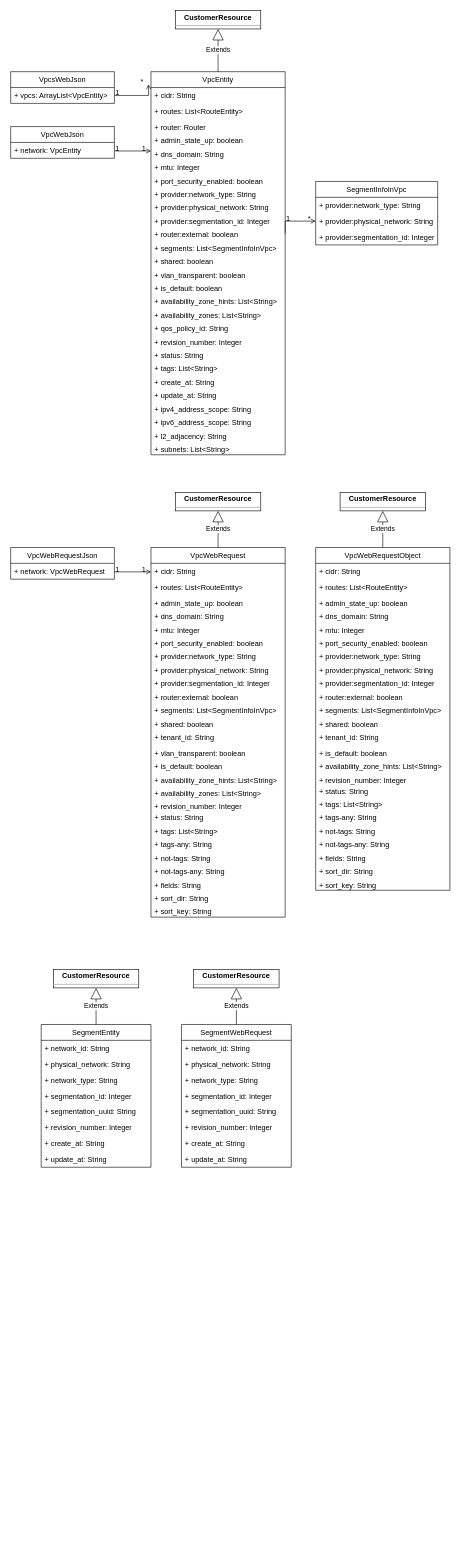
Above: vpc.drawio in cj-chung/diagrams (draw.io), before the change. Source tidied: cells renumbered, new cells numbered last; positions are measured from the earlier drawing's top-left corner, leaving out a move shared by most shapes. Both pictures are drawn from the tidied source at 61%, with x=0, y=0 at pixel (10, 10).
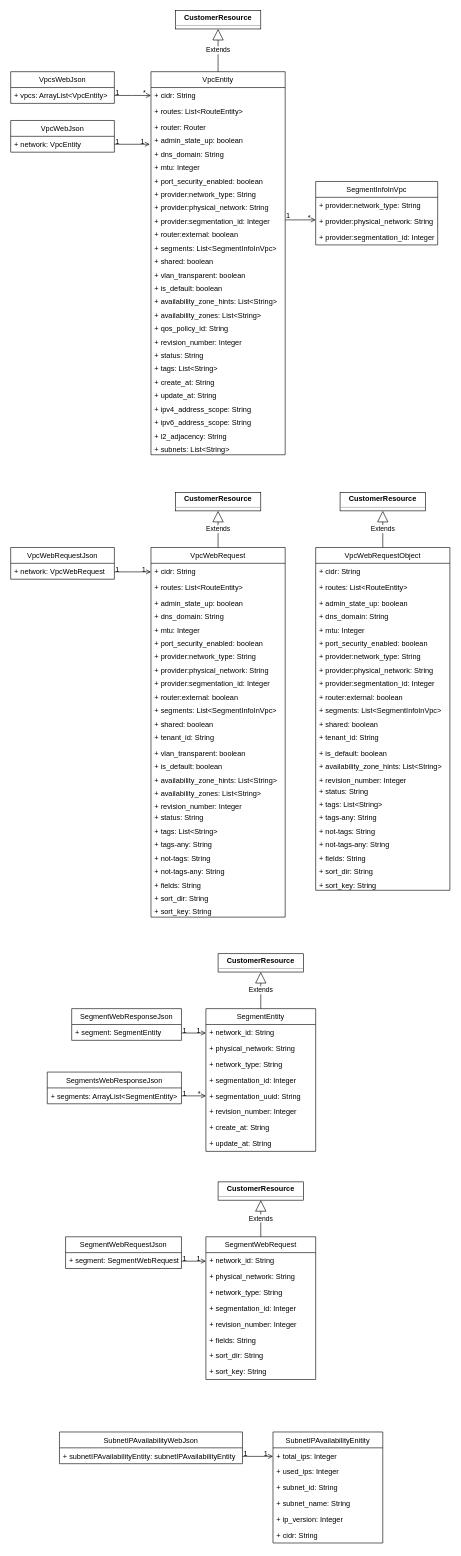
After the change.

The change refers to these unchanged cells:
```xml
<mxCell id="2" value="VpcEntity" style="swimlane;fontStyle=0;horizontal=1;startSize=26;fillColor=none;" parent="1" vertex="1">
  <mxGeometry x="230" y="100" width="220" height="628" as="geometry" />
</mxCell>
<mxCell id="6" value="+ admin_state_up: boolean&#10;" style="text;strokeColor=none;fillColor=none;align=left;verticalAlign=top;spacingLeft=4;spacingRight=4;overflow=hidden;points=[[0,0.5],[1,0.5]];portConstraint=eastwest;" parent="2" vertex="1">
  <mxGeometry y="100" width="220" height="22" as="geometry" />
</mxCell>
<mxCell id="12" value="+ provider:segmentation_id: Integer&#10;" style="text;strokeColor=none;fillColor=none;align=left;verticalAlign=top;spacingLeft=4;spacingRight=4;overflow=hidden;points=[[0,0.5],[1,0.5]];portConstraint=eastwest;" parent="2" vertex="1">
  <mxGeometry y="232" width="220" height="22" as="geometry" />
</mxCell>
<mxCell id="13" value="+ router:external: boolean" style="text;strokeColor=none;fillColor=none;align=left;verticalAlign=top;spacingLeft=4;spacingRight=4;overflow=hidden;points=[[0,0.5],[1,0.5]];portConstraint=eastwest;" parent="2" vertex="1">
  <mxGeometry y="254" width="220" height="22" as="geometry" />
</mxCell>
<mxCell id="32" value="+ provider:physical_network: String" style="text;strokeColor=none;fillColor=none;align=left;verticalAlign=top;spacingLeft=4;spacingRight=4;overflow=hidden;points=[[0,0.5],[1,0.5]];portConstraint=eastwest;" parent="30" vertex="1">
  <mxGeometry y="52" width="200" height="26" as="geometry" />
</mxCell>
<mxCell id="39" value="+ vpcs: ArrayList&lt;VpcEntity&gt;" style="text;strokeColor=none;fillColor=none;align=left;verticalAlign=top;spacingLeft=4;spacingRight=4;overflow=hidden;points=[[0,0.5],[1,0.5]];portConstraint=eastwest;" parent="38" vertex="1">
  <mxGeometry y="26" width="170" height="26" as="geometry" />
</mxCell>
<mxCell id="44" value="+ network: VpcEntity" style="text;strokeColor=none;fillColor=none;align=left;verticalAlign=top;spacingLeft=4;spacingRight=4;overflow=hidden;points=[[0,0.5],[1,0.5]];portConstraint=eastwest;" parent="43" vertex="1">
  <mxGeometry y="26" width="170" height="26" as="geometry" />
</mxCell>
<mxCell id="50" value="+ cidr: String" style="text;strokeColor=none;fillColor=none;align=left;verticalAlign=top;spacingLeft=4;spacingRight=4;overflow=hidden;points=[[0,0.5],[1,0.5]];portConstraint=eastwest;" parent="49" vertex="1">
  <mxGeometry y="26" width="220" height="26" as="geometry" />
</mxCell>
<mxCell id="79" value="+ network: VpcWebRequest" style="text;strokeColor=none;fillColor=none;align=left;verticalAlign=top;spacingLeft=4;spacingRight=4;overflow=hidden;points=[[0,0.5],[1,0.5]];portConstraint=eastwest;" parent="78" vertex="1">
  <mxGeometry y="26" width="170" height="26" as="geometry" />
</mxCell>
<mxCell id="111" value="+ network_id: String" style="text;strokeColor=none;fillColor=none;align=left;verticalAlign=top;spacingLeft=4;spacingRight=4;overflow=hidden;points=[[0,0.5],[1,0.5]];portConstraint=eastwest;" parent="110" vertex="1">
  <mxGeometry y="26" width="180" height="26" as="geometry" />
</mxCell>
<mxCell id="115" value="+ segmentation_uuid: String" style="text;strokeColor=none;fillColor=none;align=left;verticalAlign=top;spacingLeft=4;spacingRight=4;overflow=hidden;points=[[0,0.5],[1,0.5]];portConstraint=eastwest;" parent="110" vertex="1">
  <mxGeometry y="130" width="180" height="26" as="geometry" />
</mxCell>
<mxCell id="122" value="+ network_id: String" style="text;strokeColor=none;fillColor=none;align=left;verticalAlign=top;spacingLeft=4;spacingRight=4;overflow=hidden;points=[[0,0.5],[1,0.5]];portConstraint=eastwest;" parent="121" vertex="1">
  <mxGeometry y="26" width="180" height="26" as="geometry" />
</mxCell>
```

What changed in the source:
```diff
@@
-    <mxCell id="35" style="endArrow=open;shadow=0;strokeWidth=1;rounded=0;endFill=1;edgeStyle=elbowEdgeStyle;elbow=vertical;exitX=1;exitY=0.5;exitDx=0;exitDy=0;entryX=0;entryY=0.5;entryDx=0;entryDy=0;" parent="1" edge="1" source="13" target="32">
+    <mxCell id="35" style="endArrow=open;shadow=0;strokeWidth=1;rounded=0;endFill=1;edgeStyle=elbowEdgeStyle;elbow=vertical;" parent="1" edge="1" source="12" target="32">
       <mxGeometry x="0.5" y="41" relative="1" as="geometry">
         <Array as="points">
           <mxPoint x="500" y="345" />
           <mxPoint x="540" y="230" />
         </Array>
         <mxPoint x="-40" y="32" as="offset" />
       </mxGeometry>
     </mxCell>
     <mxCell id="36" value="1" style="align=left;verticalAlign=bottom;labelBackgroundColor=none;fontSize=12;" parent="35" vertex="1">
       <mxGeometry x="-1" relative="1" as="geometry">
-        <mxPoint y="-15" as="offset" />
+        <mxPoint y="1" as="offset" />
       </mxGeometry>
     </mxCell>
@@
-    <mxCell id="40" style="endArrow=open;shadow=0;strokeWidth=1;rounded=0;endFill=1;edgeStyle=elbowEdgeStyle;elbow=vertical;exitX=1;exitY=0.5;exitDx=0;exitDy=0;entryX=-0.018;entryY=0.033;entryDx=0;entryDy=0;entryPerimeter=0;" parent="1" edge="1" source="39" target="2">
+    <mxCell id="40" style="endArrow=open;shadow=0;strokeWidth=1;rounded=0;endFill=1;edgeStyle=elbowEdgeStyle;elbow=vertical;" parent="1" edge="1" source="39" target="2">
       <mxGeometry x="0.5" y="41" relative="1" as="geometry">
         <Array as="points">
           <mxPoint x="200" y="139" />
           <mxPoint x="190" y="160" />
           <mxPoint x="210" y="139" />
           <mxPoint x="200" y="119" />
           <mxPoint x="220" y="65" />
         </Array>
         <mxPoint x="-40" y="32" as="offset" />
       </mxGeometry>
     </mxCell>
@@
     <mxCell id="43" value="VpcWebJson" style="swimlane;fontStyle=0;horizontal=1;startSize=26;fillColor=none;" parent="1" vertex="1">
-      <mxGeometry y="190" width="170" height="52" as="geometry" />
+      <mxGeometry y="180" width="170" height="52" as="geometry" />
     </mxCell>
@@
-    <mxCell id="45" style="endArrow=open;shadow=0;strokeWidth=1;rounded=0;endFill=1;edgeStyle=elbowEdgeStyle;elbow=vertical;entryX=-0.018;entryY=0.033;entryDx=0;entryDy=0;entryPerimeter=0;" parent="1" edge="1" source="44">
+    <mxCell id="45" style="endArrow=open;shadow=0;strokeWidth=1;rounded=0;endFill=1;elbow=vertical;edgeStyle=orthogonalEdgeStyle;entryX=-0.009;entryY=0.864;entryDx=0;entryDy=0;entryPerimeter=0;" parent="1" edge="1" source="44" target="6">
       <mxGeometry x="0.5" y="41" relative="1" as="geometry">
-        <mxPoint x="230" y="230" as="targetPoint" />
-        <Array as="points">
-          <mxPoint x="200" y="230" />
-          <mxPoint x="220" y="176" />
-        </Array>
         <mxPoint x="-40" y="32" as="offset" />
       </mxGeometry>
     </mxCell>
@@
-    <mxCell id="80" style="endArrow=open;shadow=0;strokeWidth=1;rounded=0;endFill=1;edgeStyle=elbowEdgeStyle;elbow=vertical;entryX=-0.018;entryY=0.033;entryDx=0;entryDy=0;entryPerimeter=0;" parent="1" edge="1">
+    <mxCell id="80" style="endArrow=open;shadow=0;strokeWidth=1;rounded=0;endFill=1;edgeStyle=elbowEdgeStyle;elbow=vertical;" parent="1" edge="1" source="79" target="50">
       <mxGeometry x="0.5" y="41" relative="1" as="geometry">
-        <mxPoint x="170" y="920" as="sourcePoint" />
-        <mxPoint x="230" y="920" as="targetPoint" />
         <Array as="points">
           <mxPoint x="200" y="920" />
           <mxPoint x="220" y="866" />
         </Array>
         <mxPoint x="-40" y="32" as="offset" />
       </mxGeometry>
     </mxCell>
@@
     <mxCell id="110" value="SegmentEntity" style="swimlane;fontStyle=0;horizontal=1;startSize=26;fillColor=none;" parent="1" vertex="1">
-      <mxGeometry x="50" y="1662" width="180" height="234" as="geometry" />
+      <mxGeometry x="320" y="1636" width="180" height="234" as="geometry" />
     </mxCell>
@@
     <mxCell id="119" value="&lt;p style=&quot;margin: 0px ; margin-top: 4px ; text-align: center&quot;&gt;&lt;b&gt;CustomerResource&lt;/b&gt;&lt;/p&gt;&lt;hr size=&quot;1&quot;&gt;&lt;div style=&quot;height: 2px&quot;&gt;&lt;/div&gt;" style="verticalAlign=top;align=left;overflow=fill;fontSize=12;fontFamily=Helvetica;html=1;" parent="1" vertex="1">
-      <mxGeometry x="70" y="1572" width="140" height="30" as="geometry" />
+      <mxGeometry x="340" y="1546" width="140" height="30" as="geometry" />
     </mxCell>
     <mxCell id="120" value="Extends" style="endArrow=block;endSize=16;endFill=0;html=1;entryX=0.5;entryY=1;entryDx=0;entryDy=0;" parent="1" edge="1" target="119">
       <mxGeometry relative="1" as="geometry">
-        <mxPoint x="140" y="1662" as="sourcePoint" />
+        <mxPoint x="410" y="1636" as="sourcePoint" />
       </mxGeometry>
     </mxCell>
     <mxCell id="121" value="SegmentWebRequest" style="swimlane;fontStyle=0;horizontal=1;startSize=26;fillColor=none;" parent="1" vertex="1">
-      <mxGeometry x="280" y="1662" width="180" height="234" as="geometry" />
+      <mxGeometry x="320" y="2010" width="180" height="234" as="geometry" />
     </mxCell>
@@
-    <mxCell id="126" value="+ segmentation_uuid: String" style="text;strokeColor=none;fillColor=none;align=left;verticalAlign=top;spacingLeft=4;spacingRight=4;overflow=hidden;" parent="121" vertex="1">
+    <mxCell id="126" value="+ revision_number: Integer" style="text;strokeColor=none;fillColor=none;align=left;verticalAlign=top;spacingLeft=4;spacingRight=4;overflow=hidden;" parent="121" vertex="1">
       <mxGeometry y="130" width="180" height="26" as="geometry" />
     </mxCell>
-    <mxCell id="127" value="+ revision_number: Integer" style="text;strokeColor=none;fillColor=none;align=left;verticalAlign=top;spacingLeft=4;spacingRight=4;overflow=hidden;" parent="121" vertex="1">
+    <mxCell id="127" value="+ fields: String" style="text;strokeColor=none;fillColor=none;align=left;verticalAlign=top;spacingLeft=4;spacingRight=4;overflow=hidden;" parent="121" vertex="1">
       <mxGeometry y="156" width="180" height="26" as="geometry" />
     </mxCell>
-    <mxCell id="128" value="+ create_at: String" style="text;strokeColor=none;fillColor=none;align=left;verticalAlign=top;spacingLeft=4;spacingRight=4;overflow=hidden;" parent="121" vertex="1">
+    <mxCell id="128" value="+ sort_dir: String" style="text;strokeColor=none;fillColor=none;align=left;verticalAlign=top;spacingLeft=4;spacingRight=4;overflow=hidden;" parent="121" vertex="1">
       <mxGeometry y="182" width="180" height="26" as="geometry" />
     </mxCell>
-    <mxCell id="129" value="+ update_at: String" style="text;strokeColor=none;fillColor=none;align=left;verticalAlign=top;spacingLeft=4;spacingRight=4;overflow=hidden;" parent="121" vertex="1">
+    <mxCell id="129" value="+ sort_key: String" style="text;strokeColor=none;fillColor=none;align=left;verticalAlign=top;spacingLeft=4;spacingRight=4;overflow=hidden;" parent="121" vertex="1">
       <mxGeometry y="208" width="180" height="26" as="geometry" />
     </mxCell>
     <mxCell id="130" value="&lt;p style=&quot;margin: 0px ; margin-top: 4px ; text-align: center&quot;&gt;&lt;b&gt;CustomerResource&lt;/b&gt;&lt;/p&gt;&lt;hr size=&quot;1&quot;&gt;&lt;div style=&quot;height: 2px&quot;&gt;&lt;/div&gt;" style="verticalAlign=top;align=left;overflow=fill;fontSize=12;fontFamily=Helvetica;html=1;" parent="1" vertex="1">
-      <mxGeometry x="300" y="1572" width="140" height="30" as="geometry" />
+      <mxGeometry x="340" y="1920" width="140" height="30" as="geometry" />
     </mxCell>
     <mxCell id="131" value="Extends" style="endArrow=block;endSize=16;endFill=0;html=1;entryX=0.5;entryY=1;entryDx=0;entryDy=0;" parent="1" edge="1" target="130">
       <mxGeometry relative="1" as="geometry">
-        <mxPoint x="370" y="1662" as="sourcePoint" />
+        <mxPoint x="410" y="2010" as="sourcePoint" />
       </mxGeometry>
     </mxCell>
+    <mxCell id="132" value="SegmentWebResponseJson" style="swimlane;fontStyle=0;horizontal=1;startSize=26;fillColor=none;" parent="1" vertex="1">
+      <mxGeometry x="100" y="1636" width="180" height="52" as="geometry" />
+    </mxCell>
+    <mxCell id="133" value="+ segment: SegmentEntity" style="text;strokeColor=none;fillColor=none;align=left;verticalAlign=top;spacingLeft=4;spacingRight=4;overflow=hidden;points=[[0,0.5],[1,0.5]];portConstraint=eastwest;" parent="132" vertex="1">
+      <mxGeometry y="26" width="180" height="26" as="geometry" />
+    </mxCell>
+    <mxCell id="134" style="endArrow=open;shadow=0;strokeWidth=1;rounded=0;endFill=1;edgeStyle=elbowEdgeStyle;elbow=vertical;" parent="1" edge="1" source="133" target="111">
+      <mxGeometry x="0.5" y="41" relative="1" as="geometry">
+        <Array as="points">
+          <mxPoint x="310" y="1676" />
+          <mxPoint x="330" y="1622" />
+        </Array>
+        <mxPoint x="-40" y="32" as="offset" />
+      </mxGeometry>
+    </mxCell>
+    <mxCell id="135" value="1" style="align=left;verticalAlign=bottom;labelBackgroundColor=none;fontSize=12;" parent="134" vertex="1">
+      <mxGeometry x="-1" relative="1" as="geometry">
+        <mxPoint y="4" as="offset" />
+      </mxGeometry>
+    </mxCell>
+    <mxCell id="136" value="1" style="align=right;verticalAlign=bottom;labelBackgroundColor=none;fontSize=12;" parent="134" vertex="1">
+      <mxGeometry x="1" relative="1" as="geometry">
+        <mxPoint x="-7" y="4" as="offset" />
+      </mxGeometry>
+    </mxCell>
+    <mxCell id="137" value="SegmentWebRequestJson" style="swimlane;fontStyle=0;horizontal=1;startSize=26;fillColor=none;" parent="1" vertex="1">
+      <mxGeometry x="90" y="2010" width="190" height="52" as="geometry" />
+    </mxCell>
+    <mxCell id="138" value="+ segment: SegmentWebRequest" style="text;strokeColor=none;fillColor=none;align=left;verticalAlign=top;spacingLeft=4;spacingRight=4;overflow=hidden;points=[[0,0.5],[1,0.5]];portConstraint=eastwest;" parent="137" vertex="1">
+      <mxGeometry y="26" width="190" height="26" as="geometry" />
+    </mxCell>
+    <mxCell id="139" style="endArrow=open;shadow=0;strokeWidth=1;rounded=0;endFill=1;edgeStyle=elbowEdgeStyle;elbow=vertical;" parent="1" edge="1" source="138" target="122">
+      <mxGeometry x="0.5" y="41" relative="1" as="geometry">
+        <Array as="points">
+          <mxPoint x="310" y="2050" />
+          <mxPoint x="330" y="1996" />
+        </Array>
+        <mxPoint x="-40" y="32" as="offset" />
+      </mxGeometry>
+    </mxCell>
+    <mxCell id="140" value="1" style="align=left;verticalAlign=bottom;labelBackgroundColor=none;fontSize=12;" parent="139" vertex="1">
+      <mxGeometry x="-1" relative="1" as="geometry">
+        <mxPoint y="4" as="offset" />
+      </mxGeometry>
+    </mxCell>
+    <mxCell id="141" value="1" style="align=right;verticalAlign=bottom;labelBackgroundColor=none;fontSize=12;" parent="139" vertex="1">
+      <mxGeometry x="1" relative="1" as="geometry">
+        <mxPoint x="-7" y="4" as="offset" />
+      </mxGeometry>
+    </mxCell>
+    <mxCell id="142" value="SegmentsWebResponseJson" style="swimlane;fontStyle=0;horizontal=1;startSize=26;fillColor=none;" parent="1" vertex="1">
+      <mxGeometry x="60" y="1740" width="220" height="52" as="geometry" />
+    </mxCell>
+    <mxCell id="143" value="+ segments: ArrayList&lt;SegmentEntity&gt;" style="text;strokeColor=none;fillColor=none;align=left;verticalAlign=top;spacingLeft=4;spacingRight=4;overflow=hidden;points=[[0,0.5],[1,0.5]];portConstraint=eastwest;" parent="142" vertex="1">
+      <mxGeometry y="26" width="220" height="26" as="geometry" />
+    </mxCell>
+    <mxCell id="144" style="endArrow=open;shadow=0;strokeWidth=1;rounded=0;endFill=1;edgeStyle=elbowEdgeStyle;elbow=vertical;" parent="1" edge="1" source="143" target="115">
+      <mxGeometry x="0.5" y="41" relative="1" as="geometry">
+        <Array as="points">
+          <mxPoint x="290" y="1779" />
+          <mxPoint x="280" y="1800" />
+          <mxPoint x="300" y="1779" />
+          <mxPoint x="290" y="1759" />
+          <mxPoint x="310" y="1705" />
+        </Array>
+        <mxPoint x="-40" y="32" as="offset" />
+      </mxGeometry>
+    </mxCell>
+    <mxCell id="145" value="1" style="align=left;verticalAlign=bottom;labelBackgroundColor=none;fontSize=12;" parent="144" vertex="1">
+      <mxGeometry x="-1" relative="1" as="geometry">
+        <mxPoint y="4" as="offset" />
+      </mxGeometry>
+    </mxCell>
+    <mxCell id="146" value="*" style="align=right;verticalAlign=bottom;labelBackgroundColor=none;fontSize=12;" parent="144" vertex="1">
+      <mxGeometry x="1" relative="1" as="geometry">
+        <mxPoint x="-7" y="4" as="offset" />
+      </mxGeometry>
+    </mxCell>
+    <mxCell id="147" value="SubnetIPAvailabilityEnitity" style="swimlane;fontStyle=0;horizontal=1;startSize=26;fillColor=none;" parent="1" vertex="1">
+      <mxGeometry x="430" y="2330" width="180" height="182" as="geometry" />
+    </mxCell>
+    <mxCell id="148" value="+ total_ips: Integer" style="text;strokeColor=none;fillColor=none;align=left;verticalAlign=top;spacingLeft=4;spacingRight=4;overflow=hidden;points=[[0,0.5],[1,0.5]];portConstraint=eastwest;" parent="147" vertex="1">
+      <mxGeometry y="26" width="180" height="26" as="geometry" />
+    </mxCell>
+    <mxCell id="149" value="+ used_ips: Integer" style="text;strokeColor=none;fillColor=none;align=left;verticalAlign=top;spacingLeft=4;spacingRight=4;overflow=hidden;" parent="147" vertex="1">
+      <mxGeometry y="52" width="180" height="26" as="geometry" />
+    </mxCell>
+    <mxCell id="150" value="+ subnet_id: String" style="text;strokeColor=none;fillColor=none;align=left;verticalAlign=top;spacingLeft=4;spacingRight=4;overflow=hidden;" parent="147" vertex="1">
+      <mxGeometry y="78" width="180" height="26" as="geometry" />
+    </mxCell>
+    <mxCell id="151" value="+ subnet_name: String" style="text;strokeColor=none;fillColor=none;align=left;verticalAlign=top;spacingLeft=4;spacingRight=4;overflow=hidden;" parent="147" vertex="1">
+      <mxGeometry y="104" width="180" height="26" as="geometry" />
+    </mxCell>
+    <mxCell id="152" value="+ ip_version: Integer" style="text;strokeColor=none;fillColor=none;align=left;verticalAlign=top;spacingLeft=4;spacingRight=4;overflow=hidden;" parent="147" vertex="1">
+      <mxGeometry y="130" width="180" height="26" as="geometry" />
+    </mxCell>
+    <mxCell id="153" value="+ cidr: String" style="text;strokeColor=none;fillColor=none;align=left;verticalAlign=top;spacingLeft=4;spacingRight=4;overflow=hidden;" parent="147" vertex="1">
+      <mxGeometry y="156" width="180" height="26" as="geometry" />
+    </mxCell>
+    <mxCell id="154" value="SubnetIPAvailabilityWebJson" style="swimlane;fontStyle=0;horizontal=1;startSize=26;fillColor=none;" parent="1" vertex="1">
+      <mxGeometry x="80" y="2330" width="300" height="52" as="geometry" />
+    </mxCell>
+    <mxCell id="155" value="+ subnetIPAvailabilityEntity: subnetIPAvailabilityEntity" style="text;strokeColor=none;fillColor=none;align=left;verticalAlign=top;spacingLeft=4;spacingRight=4;overflow=hidden;points=[[0,0.5],[1,0.5]];portConstraint=eastwest;" parent="154" vertex="1">
+      <mxGeometry y="26" width="300" height="26" as="geometry" />
+    </mxCell>
+    <mxCell id="156" style="endArrow=open;shadow=0;strokeWidth=1;rounded=0;endFill=1;edgeStyle=elbowEdgeStyle;elbow=vertical;" parent="1" edge="1" source="155" target="148">
+      <mxGeometry x="0.5" y="41" relative="1" as="geometry">
+        <Array as="points">
+          <mxPoint x="420" y="2370" />
+          <mxPoint x="440" y="2316" />
+        </Array>
+        <mxPoint x="-40" y="32" as="offset" />
+      </mxGeometry>
+    </mxCell>
+    <mxCell id="157" value="1" style="align=left;verticalAlign=bottom;labelBackgroundColor=none;fontSize=12;" parent="156" vertex="1">
+      <mxGeometry x="-1" relative="1" as="geometry">
+        <mxPoint y="4" as="offset" />
+      </mxGeometry>
+    </mxCell>
+    <mxCell id="158" value="1" style="align=right;verticalAlign=bottom;labelBackgroundColor=none;fontSize=12;" parent="156" vertex="1">
+      <mxGeometry x="1" relative="1" as="geometry">
+        <mxPoint x="-7" y="4" as="offset" />
+      </mxGeometry>
+    </mxCell>
```
